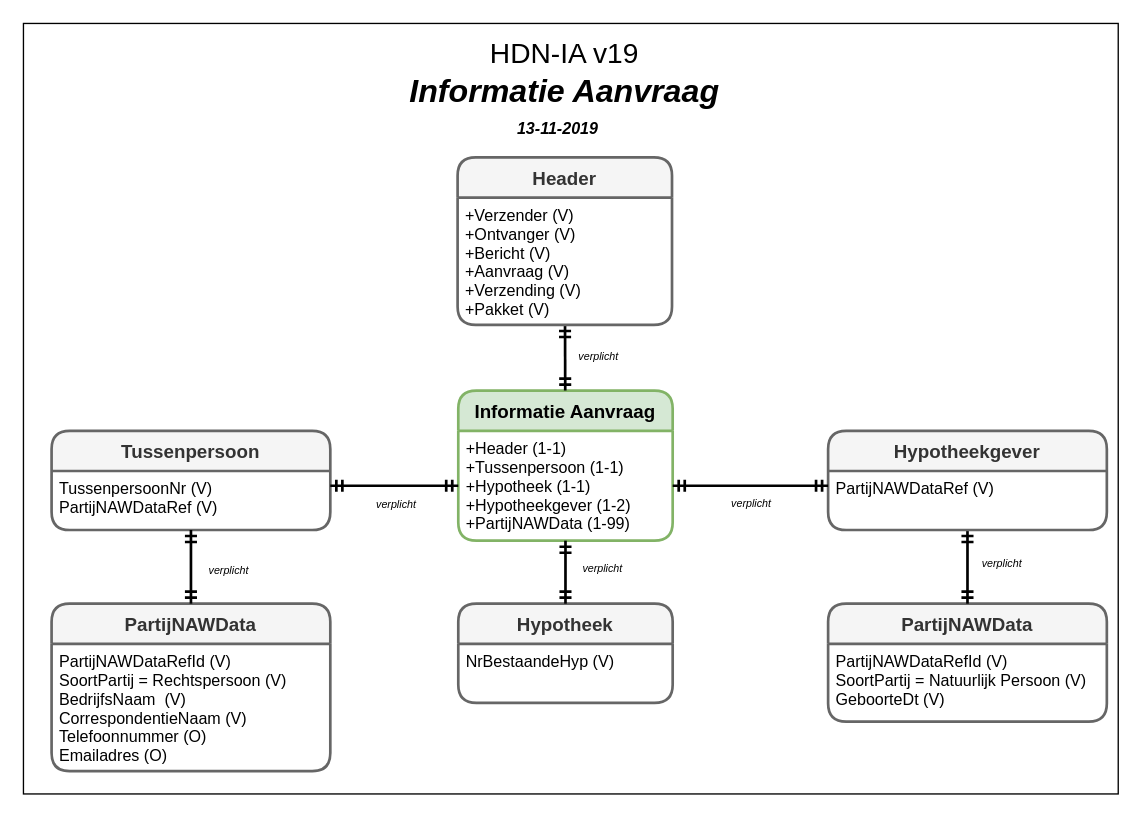
The draw.io diagram page "IA-bericht Variant" (8 of 21) of 3rdPartyDatasharing-HDN-IA-IX.drawio in luchthandel/diagrams, before the edit. Source tidied: cells renumbered, new cells numbered last; positions are measured from the earlier drawing's top-left corner, leaving out a move shared by most shapes. Both pictures are drawn from the tidied source at 134%, with x=0, y=0 at pixel (23, 23).
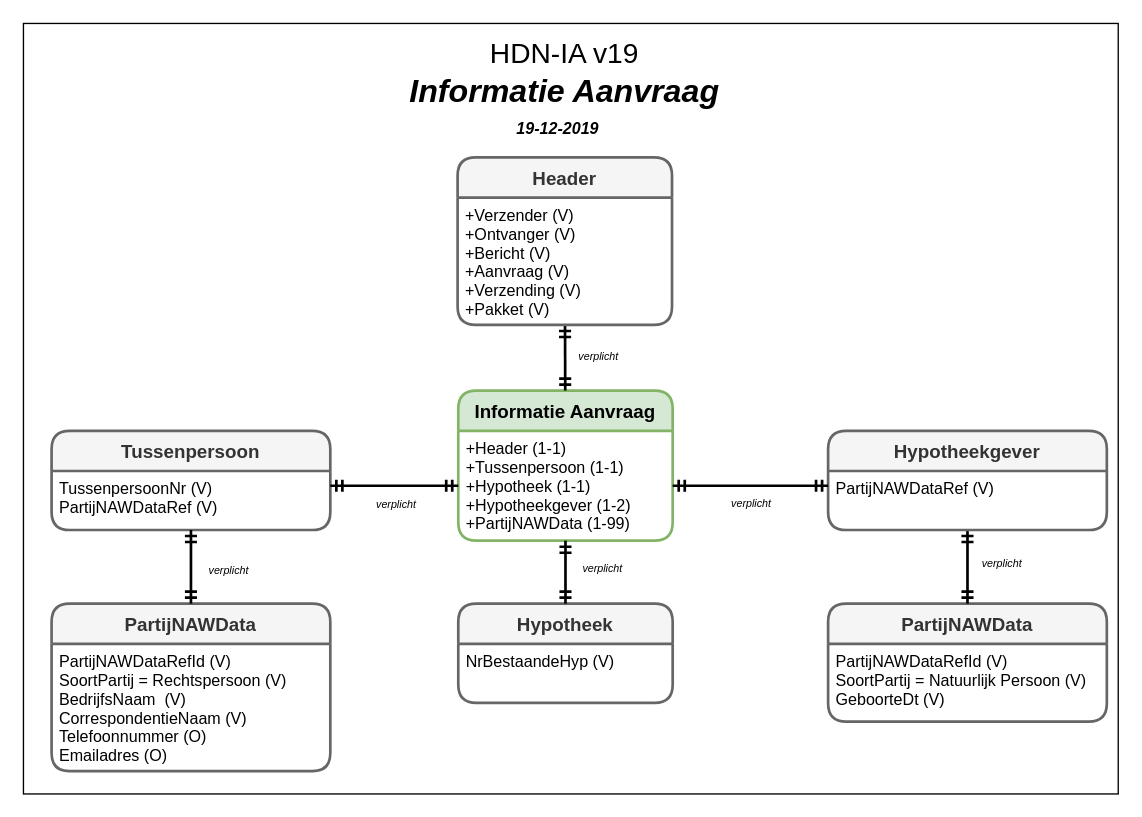
After the change.

Unchanged cells that the change refers to:
```xml
<mxCell id="29" style="group;" parent="1" vertex="1">
  <mxGeometry x="255" y="9.5" width="298" height="78.5" as="geometry" />
</mxCell>
```

Change to the diagram source:
```diff
@@
-    <mxCell id="31" value="&lt;font&gt;&lt;b&gt;&lt;i&gt;13-11-2019&lt;/i&gt;&lt;/b&gt;&lt;br&gt;&lt;/font&gt;" style="text;html=1;strokeColor=none;fillColor=none;align=center;verticalAlign=middle;whiteSpace=wrap;rounded=0;" parent="29" vertex="1">
+    <mxCell id="31" value="&lt;font&gt;&lt;b&gt;&lt;i&gt;19-12-2019&lt;/i&gt;&lt;/b&gt;&lt;br&gt;&lt;/font&gt;" style="text;html=1;strokeColor=none;fillColor=none;align=center;verticalAlign=middle;whiteSpace=wrap;rounded=0;" parent="29" vertex="1">
       <mxGeometry x="74" y="59.5" width="140" height="19" as="geometry" />
     </mxCell>
```
